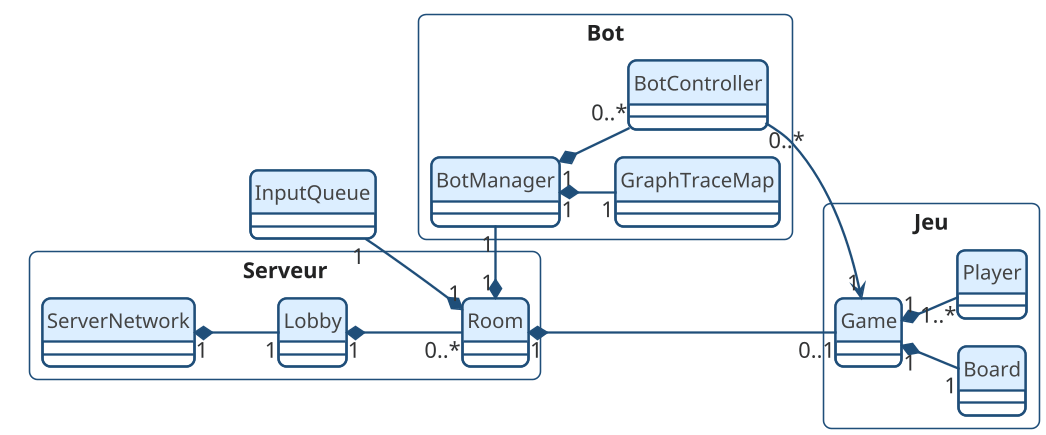
Earlier version of the PlantUML export Rapport/UML/PacMan_UML_Server_mini_2.png (thomasctn/Projet_PacMan_En_Reseau).
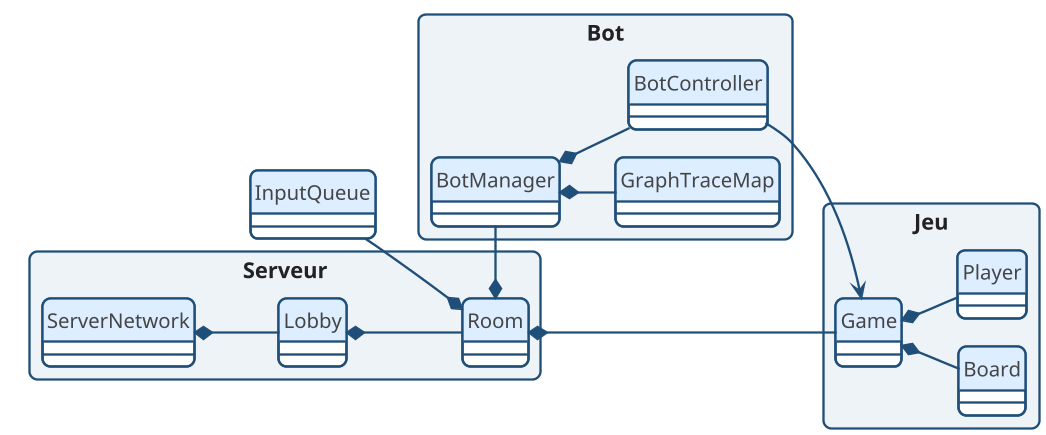
After the commit.

Diff of the diagram source:
```diff
@@ -50,21 +50,21 @@
 
 
 
-ServerNetwork "1" *-- "1" Lobby
+ServerNetwork *-- Lobby
 
-Lobby "1" *-- "0..*" Room
+Lobby *-- Room
 
-Room "1" *-- "0..1" Game
-Room "1" *-- "1" BotManager
-Room "1" *-- "1" InputQueue
+Room *-- Game
+Room *-- BotManager
+Room *-- InputQueue
 
-Game "1" *-- "1" Board
-Game "1" *-- "1..*" Player
+Game *-- Board
+Game *-- Player
 
-BotManager "1" *-- "0..*" BotController
-BotManager "1" *-- "1" GraphTraceMap
+BotManager *-- BotController
+BotManager *-- GraphTraceMap
 
-BotController "0..*" --> "1" Game
+BotController --> Game
 
 
 ServerNetwork -[hidden]- Game
```
